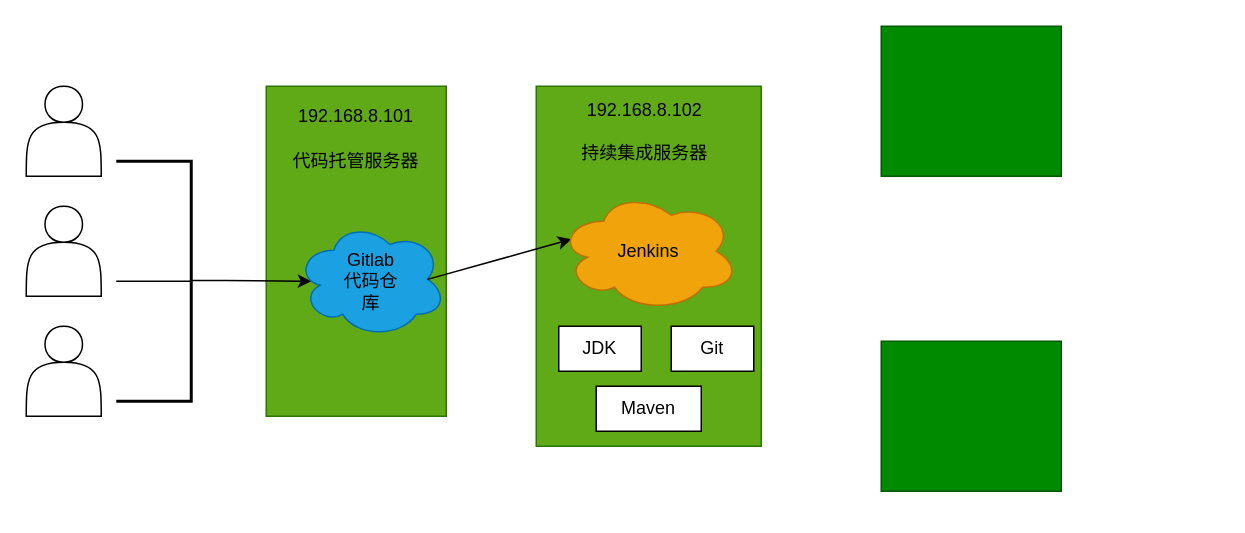
Earlier version of the draw.io diagram 持续集成流程说明.drawio (wangyanke/mynote). Source tidied: cells renumbered, new cells numbered last; positions are measured from the earlier drawing's top-left corner, leaving out a move shared by most shapes. Both pictures are drawn from the tidied source at 150%, with x=0, y=0 at pixel (26, 26).
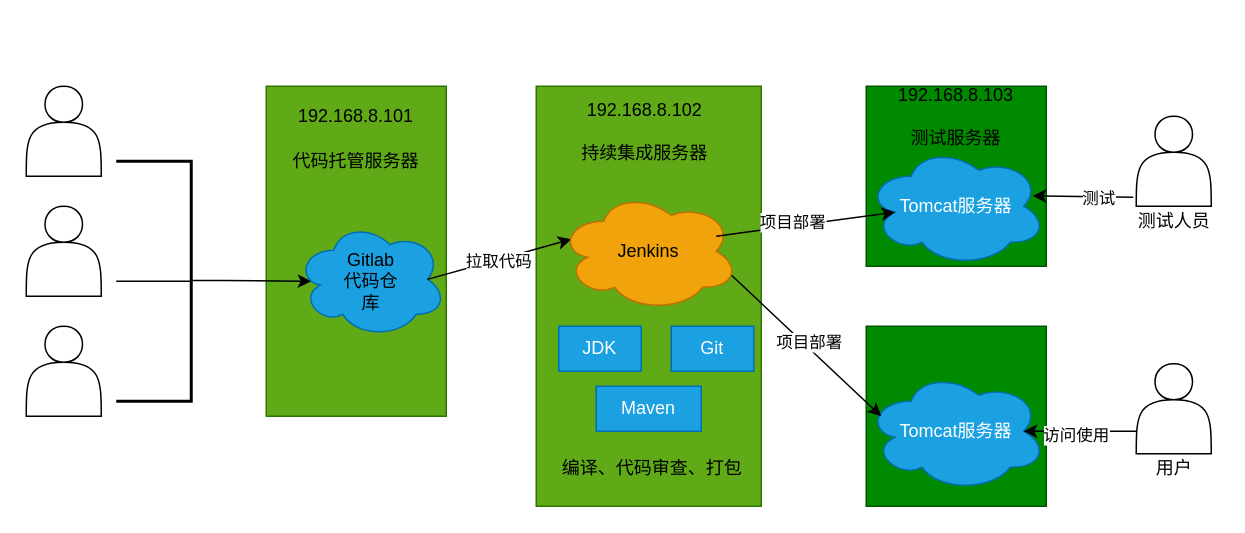
The same diagram, later.

Commit message:
Update 持续集成流程说明.drawio

The change refers to these unchanged cells:
```xml
<mxCell id="16" style="endArrow=classic;html=1;exitX=0.875;exitY=0.5;exitDx=0;exitDy=0;exitPerimeter=0;entryX=0.07;entryY=0.4;entryDx=0;entryDy=0;entryPerimeter=0;" parent="1" edge="1" source="14" target="17">
  <mxGeometry relative="1" as="geometry" />
</mxCell>
<mxCell id="17" value="Jenkins" style="ellipse;shape=cloud;whiteSpace=wrap;html=1;fillColor=#f0a30a;strokeColor=#BD7000;fontColor=#000000;" parent="1" vertex="1">
  <mxGeometry x="355" y="110" width="120" height="80" as="geometry" />
</mxCell>
```

Change to the diagram source:
```diff
@@
     <mxCell id="6" style="verticalLabelPosition=bottom;verticalAlign=top;html=1;shape=mxgraph.basic.rect;fillColor2=none;strokeWidth=1;size=20;indent=5;fillColor=#60a917;strokeColor=#2D7600;fontColor=#ffffff;" parent="1" vertex="1">
-      <mxGeometry x="340" y="40" width="150" height="240" as="geometry" />
+      <mxGeometry x="340" y="40" width="150" height="280" as="geometry" />
     </mxCell>
     <mxCell id="7" style="verticalLabelPosition=bottom;verticalAlign=top;html=1;shape=mxgraph.basic.rect;fillColor2=none;strokeWidth=1;size=20;indent=5;fillColor=#008a00;strokeColor=#005700;fontColor=#ffffff;" parent="1" vertex="1">
-      <mxGeometry x="570" width="120" height="100" as="geometry" />
+      <mxGeometry x="560" y="200" width="120" height="120" as="geometry" />
     </mxCell>
-    <mxCell id="8" style="verticalLabelPosition=bottom;verticalAlign=top;html=1;shape=mxgraph.basic.rect;fillColor2=none;strokeWidth=1;size=20;indent=5;fillColor=#008a00;strokeColor=#005700;fontColor=#ffffff;" parent="1" vertex="1">
-      <mxGeometry x="570" y="210" width="120" height="100" as="geometry" />
-    </mxCell>
@@
+    <mxCell id="22" value="拉取代码" style="edgeLabel;html=1;align=center;verticalAlign=middle;" parent="16" vertex="1">
+      <mxGeometry x="-0.02" y="-1" relative="1" as="geometry" />
+    </mxCell>
@@
-    <mxCell id="19" value="JDK" style="rounded=0;whiteSpace=wrap;html=1;" parent="1" vertex="1">
+    <mxCell id="19" value="JDK" style="rounded=0;whiteSpace=wrap;html=1;fillColor=#1ba1e2;strokeColor=#006EAF;fontColor=#ffffff;" parent="1" vertex="1">
       <mxGeometry x="355" y="200" width="55" height="30" as="geometry" />
     </mxCell>
-    <mxCell id="20" value="Git" style="rounded=0;whiteSpace=wrap;html=1;" parent="1" vertex="1">
+    <mxCell id="20" value="Git" style="rounded=0;whiteSpace=wrap;html=1;fillColor=#1ba1e2;strokeColor=#006EAF;fontColor=#ffffff;" parent="1" vertex="1">
       <mxGeometry x="430" y="200" width="55" height="30" as="geometry" />
     </mxCell>
-    <mxCell id="21" value="Maven" style="rounded=0;whiteSpace=wrap;html=1;" parent="1" vertex="1">
+    <mxCell id="21" value="Maven" style="rounded=0;whiteSpace=wrap;html=1;fillColor=#1ba1e2;strokeColor=#006EAF;fontColor=#ffffff;" parent="1" vertex="1">
       <mxGeometry x="380" y="240" width="70" height="30" as="geometry" />
     </mxCell>
+    <mxCell id="23" value="编译、代码审查、打包" style="text;html=1;strokeColor=none;fillColor=none;align=center;verticalAlign=middle;whiteSpace=wrap;rounded=0;" parent="1" vertex="1">
+      <mxGeometry x="355" y="280" width="125" height="30" as="geometry" />
+    </mxCell>
+    <mxCell id="24" style="verticalLabelPosition=bottom;verticalAlign=top;html=1;shape=mxgraph.basic.rect;fillColor2=none;strokeWidth=1;size=20;indent=5;fillColor=#008a00;strokeColor=#005700;fontColor=#ffffff;" parent="1" vertex="1">
+      <mxGeometry x="560" y="40" width="120" height="120" as="geometry" />
+    </mxCell>
+    <mxCell id="25" value="Tomcat服务器" style="ellipse;shape=cloud;whiteSpace=wrap;html=1;fillColor=#1ba1e2;strokeColor=#006EAF;fontColor=#ffffff;" parent="1" vertex="1">
+      <mxGeometry x="560" y="80" width="120" height="80" as="geometry" />
+    </mxCell>
+    <mxCell id="26" value="Tomcat服务器" style="ellipse;shape=cloud;whiteSpace=wrap;html=1;fillColor=#1ba1e2;strokeColor=#006EAF;fontColor=#ffffff;" parent="1" vertex="1">
+      <mxGeometry x="560" y="230" width="120" height="80" as="geometry" />
+    </mxCell>
+    <mxCell id="27" style="shape=actor;whiteSpace=wrap;html=1;" parent="1" vertex="1">
+      <mxGeometry x="740" y="60" width="50" height="60" as="geometry" />
+    </mxCell>
+    <mxCell id="28" style="shape=actor;whiteSpace=wrap;html=1;" parent="1" vertex="1">
+      <mxGeometry x="740" y="225" width="50" height="60" as="geometry" />
+    </mxCell>
+    <mxCell id="29" value="&lt;span&gt;测试人员&lt;/span&gt;" style="text;html=1;align=center;verticalAlign=middle;strokeColor=none;" parent="1" vertex="1">
+      <mxGeometry x="735" y="120" width="60" height="20" as="geometry" />
+    </mxCell>
+    <mxCell id="30" value="用户" style="text;html=1;align=center;verticalAlign=middle;strokeColor=none;" parent="1" vertex="1">
+      <mxGeometry x="745" y="285" width="40" height="20" as="geometry" />
+    </mxCell>
+    <mxCell id="31" style="endArrow=classic;html=1;entryX=0.16;entryY=0.55;entryDx=0;entryDy=0;entryPerimeter=0;" parent="1" edge="1" target="25">
+      <mxGeometry relative="1" as="geometry">
+        <mxPoint x="460" y="140" as="sourcePoint" />
+      </mxGeometry>
+    </mxCell>
+    <mxCell id="32" value="项目部署" style="edgeLabel;html=1;align=center;verticalAlign=middle;" parent="31" vertex="1">
+      <mxGeometry x="-0.15" y="3" relative="1" as="geometry" />
+    </mxCell>
+    <mxCell id="33" style="endArrow=classic;html=1;exitX=0.96;exitY=0.7;exitDx=0;exitDy=0;exitPerimeter=0;" parent="1" edge="1" source="17">
+      <mxGeometry relative="1" as="geometry">
+        <mxPoint x="570" y="260" as="targetPoint" />
+      </mxGeometry>
+    </mxCell>
+    <mxCell id="34" value="项目部署" style="edgeLabel;html=1;align=center;verticalAlign=middle;" parent="33" vertex="1">
+      <mxGeometry x="-0.01" y="3" relative="1" as="geometry" />
+    </mxCell>
+    <mxCell id="35" style="endArrow=classic;html=1;exitX=-0.04;exitY=0.9;exitDx=0;exitDy=0;exitPerimeter=0;entryX=0.925;entryY=0.413;entryDx=0;entryDy=0;entryPerimeter=0;" parent="1" edge="1" source="27" target="25">
+      <mxGeometry relative="1" as="geometry" />
+    </mxCell>
+    <mxCell id="36" value="测试" style="edgeLabel;html=1;align=center;verticalAlign=middle;" parent="35" vertex="1">
+      <mxGeometry x="-0.31" y="1" relative="1" as="geometry" />
+    </mxCell>
+    <mxCell id="37" style="endArrow=classic;html=1;entryX=0.875;entryY=0.5;entryDx=0;entryDy=0;entryPerimeter=0;exitX=0;exitY=0.75;exitDx=0;exitDy=0;" parent="1" edge="1" source="28" target="26">
+      <mxGeometry relative="1" as="geometry" />
+    </mxCell>
+    <mxCell id="38" value="访问使用" style="edgeLabel;html=1;align=center;verticalAlign=middle;" parent="37" vertex="1">
+      <mxGeometry x="0.09" y="2" relative="1" as="geometry" />
+    </mxCell>
+    <mxCell id="39" value="192.168.8.103&lt;br&gt;&lt;br&gt;测试服务器" style="text;html=1;strokeColor=none;fillColor=none;align=center;verticalAlign=middle;whiteSpace=wrap;rounded=0;" parent="1" vertex="1">
+      <mxGeometry x="570" y="40" width="100" height="40" as="geometry" />
+    </mxCell>
```
